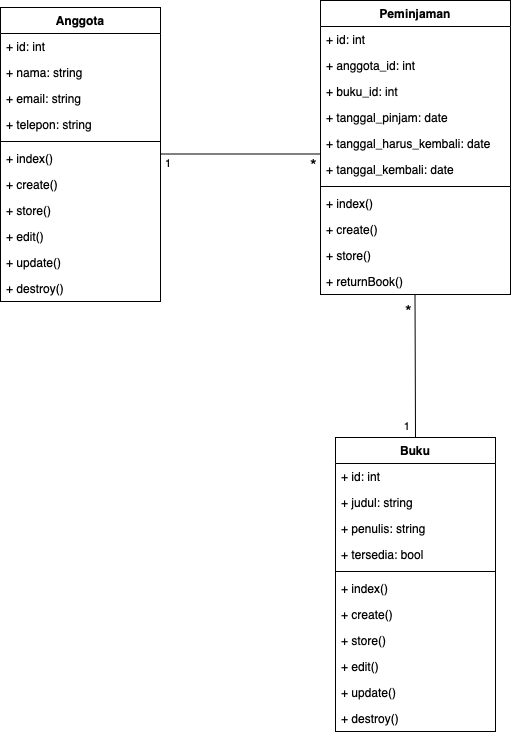
This is class-diagram.png from angelineivana/tesLSP, a draw.io export, as it was before one commit. Source tidied: cells renumbered, new cells last; positions are measured from the earlier drawing's top-left corner, leaving out a move shared by most shapes.
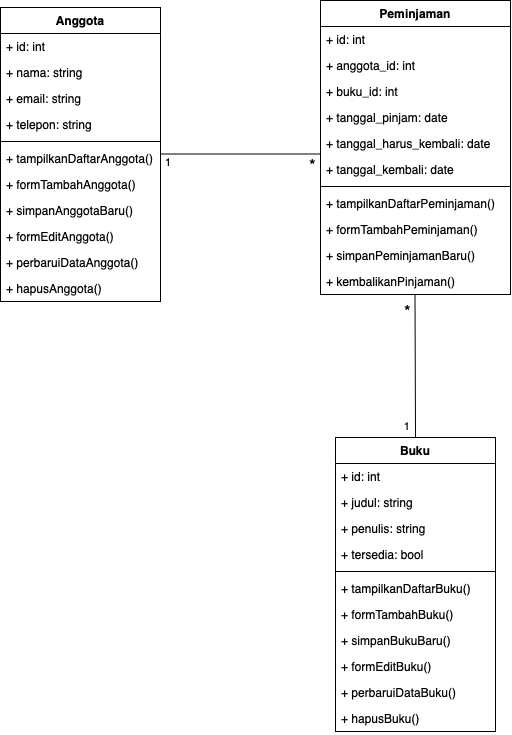
Later version of the same file.

Diff of the diagram source:
```diff
@@ -20,22 +20,22 @@
     <mxCell id="7" style="line;html=1;strokeWidth=1;align=left;verticalAlign=middle;spacingTop=-1;spacingLeft=3;spacingRight=3;labelPosition=right;" parent="2" vertex="1">
       <mxGeometry y="130" width="160" height="8" as="geometry" />
     </mxCell>
-    <mxCell id="8" value="+ index()" style="text;align=left;verticalAlign=top;spacingLeft=4;spacingRight=4;overflow=hidden;" parent="2" vertex="1">
+    <mxCell id="8" value="+ tampilkanDaftarAnggota()" style="text;align=left;verticalAlign=top;spacingLeft=4;spacingRight=4;overflow=hidden;" parent="2" vertex="1">
       <mxGeometry y="138" width="160" height="26" as="geometry" />
     </mxCell>
-    <mxCell id="9" value="+ create()" style="text;align=left;verticalAlign=top;spacingLeft=4;spacingRight=4;overflow=hidden;" parent="2" vertex="1">
+    <mxCell id="9" value="+ formTambahAnggota()" style="text;align=left;verticalAlign=top;spacingLeft=4;spacingRight=4;overflow=hidden;" parent="2" vertex="1">
       <mxGeometry y="164" width="160" height="26" as="geometry" />
     </mxCell>
-    <mxCell id="10" value="+ store()" style="text;align=left;verticalAlign=top;spacingLeft=4;spacingRight=4;overflow=hidden;" parent="2" vertex="1">
+    <mxCell id="10" value="+ simpanAnggotaBaru()" style="text;align=left;verticalAlign=top;spacingLeft=4;spacingRight=4;overflow=hidden;" parent="2" vertex="1">
       <mxGeometry y="190" width="160" height="26" as="geometry" />
     </mxCell>
-    <mxCell id="11" value="+ edit()" style="text;align=left;verticalAlign=top;spacingLeft=4;spacingRight=4;overflow=hidden;" parent="2" vertex="1">
+    <mxCell id="11" value="+ formEditAnggota()" style="text;align=left;verticalAlign=top;spacingLeft=4;spacingRight=4;overflow=hidden;" parent="2" vertex="1">
       <mxGeometry y="216" width="160" height="26" as="geometry" />
     </mxCell>
-    <mxCell id="12" value="+ update()" style="text;align=left;verticalAlign=top;spacingLeft=4;spacingRight=4;overflow=hidden;" parent="2" vertex="1">
+    <mxCell id="12" value="+ perbaruiDataAnggota()" style="text;align=left;verticalAlign=top;spacingLeft=4;spacingRight=4;overflow=hidden;" parent="2" vertex="1">
       <mxGeometry y="242" width="160" height="26" as="geometry" />
     </mxCell>
-    <mxCell id="13" value="+ destroy()" style="text;align=left;verticalAlign=top;spacingLeft=4;spacingRight=4;overflow=hidden;" parent="2" vertex="1">
+    <mxCell id="13" value="+ hapusAnggota()" style="text;align=left;verticalAlign=top;spacingLeft=4;spacingRight=4;overflow=hidden;" parent="2" vertex="1">
       <mxGeometry y="268" width="160" height="26" as="geometry" />
     </mxCell>
     <mxCell id="14" value="Buku" style="swimlane;fontStyle=1;align=center;verticalAlign=top;horizontal=1;startSize=26;rounded=0;shadow=0;strokeWidth=1;" parent="1" vertex="1">
@@ -56,22 +56,22 @@
     <mxCell id="19" style="line;html=1;strokeWidth=1;align=left;verticalAlign=middle;spacingTop=-1;spacingLeft=3;spacingRight=3;labelPosition=right;" parent="14" vertex="1">
       <mxGeometry y="130" width="160" height="8" as="geometry" />
     </mxCell>
-    <mxCell id="20" value="+ index()" style="text;align=left;verticalAlign=top;spacingLeft=4;spacingRight=4;overflow=hidden;" parent="14" vertex="1">
+    <mxCell id="20" value="+ tampilkanDaftarBuku()" style="text;align=left;verticalAlign=top;spacingLeft=4;spacingRight=4;overflow=hidden;" parent="14" vertex="1">
       <mxGeometry y="138" width="160" height="26" as="geometry" />
     </mxCell>
-    <mxCell id="21" value="+ create()" style="text;align=left;verticalAlign=top;spacingLeft=4;spacingRight=4;overflow=hidden;" parent="14" vertex="1">
+    <mxCell id="21" value="+ formTambahBuku()" style="text;align=left;verticalAlign=top;spacingLeft=4;spacingRight=4;overflow=hidden;" parent="14" vertex="1">
       <mxGeometry y="164" width="160" height="26" as="geometry" />
     </mxCell>
-    <mxCell id="22" value="+ store()" style="text;align=left;verticalAlign=top;spacingLeft=4;spacingRight=4;overflow=hidden;" parent="14" vertex="1">
+    <mxCell id="22" value="+ simpanBukuBaru()" style="text;align=left;verticalAlign=top;spacingLeft=4;spacingRight=4;overflow=hidden;" parent="14" vertex="1">
       <mxGeometry y="190" width="160" height="26" as="geometry" />
     </mxCell>
-    <mxCell id="23" value="+ edit()" style="text;align=left;verticalAlign=top;spacingLeft=4;spacingRight=4;overflow=hidden;" parent="14" vertex="1">
+    <mxCell id="23" value="+ formEditBuku()" style="text;align=left;verticalAlign=top;spacingLeft=4;spacingRight=4;overflow=hidden;" parent="14" vertex="1">
       <mxGeometry y="216" width="160" height="26" as="geometry" />
     </mxCell>
-    <mxCell id="24" value="+ update()" style="text;align=left;verticalAlign=top;spacingLeft=4;spacingRight=4;overflow=hidden;" parent="14" vertex="1">
+    <mxCell id="24" value="+ perbaruiDataBuku()" style="text;align=left;verticalAlign=top;spacingLeft=4;spacingRight=4;overflow=hidden;" parent="14" vertex="1">
       <mxGeometry y="242" width="160" height="26" as="geometry" />
     </mxCell>
-    <mxCell id="25" value="+ destroy()" style="text;align=left;verticalAlign=top;spacingLeft=4;spacingRight=4;overflow=hidden;" parent="14" vertex="1">
+    <mxCell id="25" value="+ hapusBuku()" style="text;align=left;verticalAlign=top;spacingLeft=4;spacingRight=4;overflow=hidden;" parent="14" vertex="1">
       <mxGeometry y="268" width="160" height="26" as="geometry" />
     </mxCell>
     <mxCell id="26" value="Peminjaman" style="swimlane;fontStyle=1;align=center;verticalAlign=top;horizontal=1;startSize=26;rounded=0;shadow=0;strokeWidth=1;" parent="1" vertex="1">
@@ -98,16 +98,16 @@
     <mxCell id="33" style="line;html=1;strokeWidth=1;align=left;verticalAlign=middle;spacingTop=-1;spacingLeft=3;spacingRight=3;labelPosition=right;" parent="26" vertex="1">
       <mxGeometry y="182" width="190" height="8" as="geometry" />
     </mxCell>
-    <mxCell id="34" value="+ index()" style="text;align=left;verticalAlign=top;spacingLeft=4;spacingRight=4;overflow=hidden;" parent="26" vertex="1">
+    <mxCell id="34" value="+ tampilkanDaftarPeminjaman()" style="text;align=left;verticalAlign=top;spacingLeft=4;spacingRight=4;overflow=hidden;" parent="26" vertex="1">
       <mxGeometry y="190" width="190" height="26" as="geometry" />
     </mxCell>
-    <mxCell id="35" value="+ create()" style="text;align=left;verticalAlign=top;spacingLeft=4;spacingRight=4;overflow=hidden;" parent="26" vertex="1">
+    <mxCell id="35" value="+ formTambahPeminjaman()" style="text;align=left;verticalAlign=top;spacingLeft=4;spacingRight=4;overflow=hidden;" parent="26" vertex="1">
       <mxGeometry y="216" width="190" height="26" as="geometry" />
     </mxCell>
-    <mxCell id="36" value="+ store()" style="text;align=left;verticalAlign=top;spacingLeft=4;spacingRight=4;overflow=hidden;" parent="26" vertex="1">
+    <mxCell id="36" value="+ simpanPeminjamanBaru()" style="text;align=left;verticalAlign=top;spacingLeft=4;spacingRight=4;overflow=hidden;" parent="26" vertex="1">
       <mxGeometry y="242" width="190" height="26" as="geometry" />
     </mxCell>
-    <mxCell id="37" value="+ returnBook()" style="text;align=left;verticalAlign=top;spacingLeft=4;spacingRight=4;overflow=hidden;" parent="26" vertex="1">
+    <mxCell id="37" value="+ kembalikanPinjaman()" style="text;align=left;verticalAlign=top;spacingLeft=4;spacingRight=4;overflow=hidden;" parent="26" vertex="1">
       <mxGeometry y="268" width="190" height="26" as="geometry" />
     </mxCell>
     <mxCell id="38" style="endArrow=none;html=1;edgeStyle=orthogonalEdgeStyle;rounded=0;fontSize=12;startSize=8;endSize=8;curved=1;entryX=0.5;entryY=0;entryDx=0;entryDy=0;" parent="26" edge="1" target="14">
```
